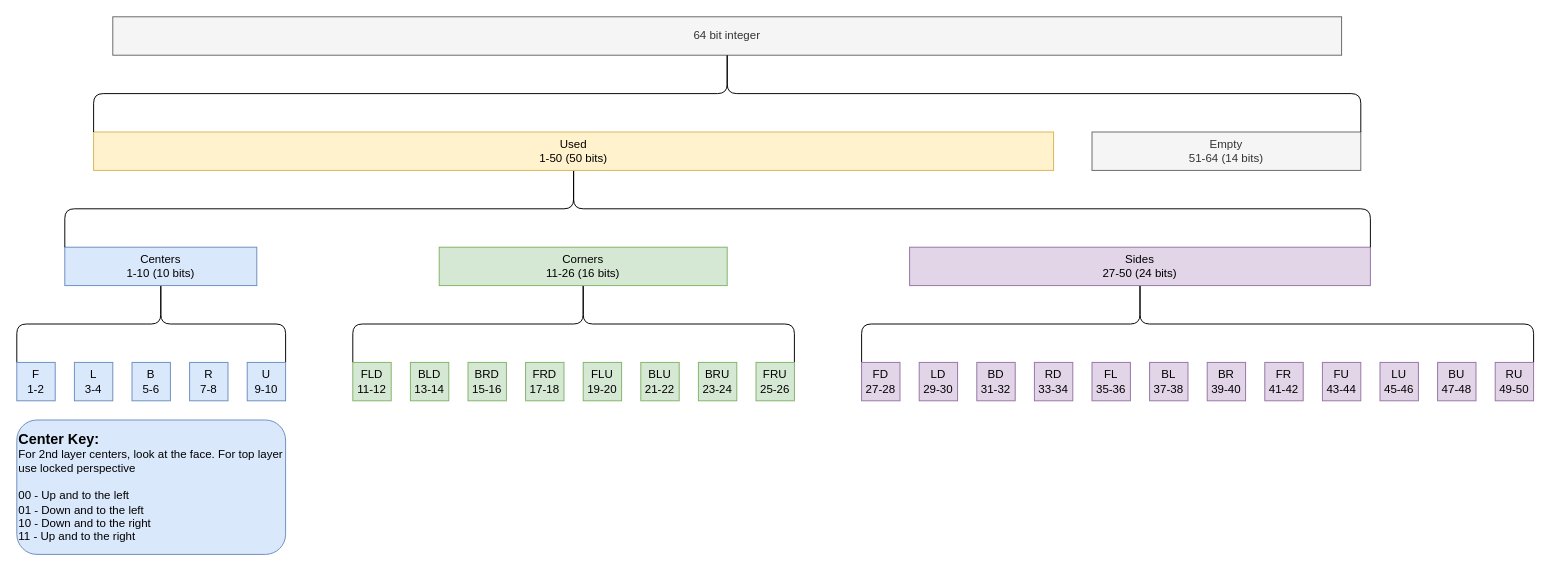
Above: Mirror Axis Cube Encoding.drawio in BE-Code/Mirror-Axis-Cube-Solver (draw.io), before the change. Source tidied: cells renumbered, new cells numbered last; positions are measured from the earlier drawing's top-left corner, leaving out a move shared by most shapes. Both pictures are drawn from the tidied source at 96%, with x=0, y=0 at pixel (16, 16).
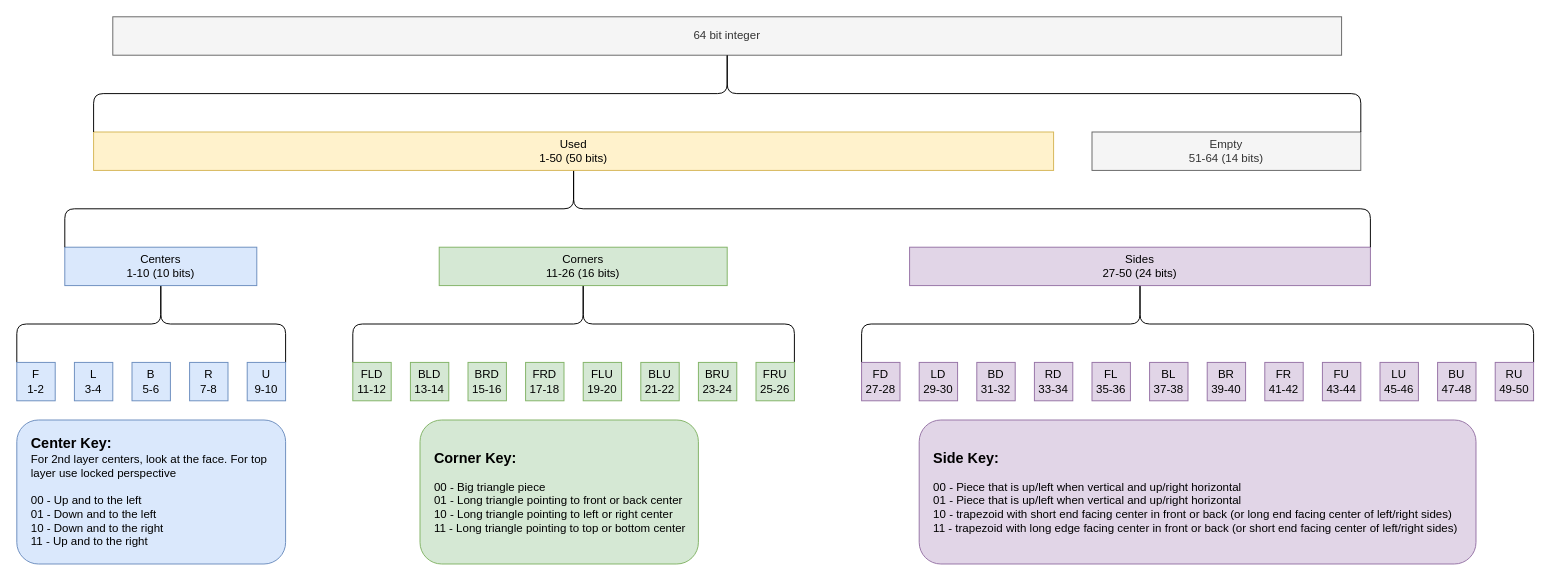
After the change.

Commit message:
finish diagram keys

Diff of the diagram source:
```diff
@@
-    <mxCell id="43" value="&lt;b&gt;&lt;font style=&quot;font-size: 15px;&quot;&gt;Center Key:&lt;/font&gt;&lt;/b&gt;&lt;div&gt;&lt;div&gt;For 2nd layer centers, look at the face. For top layer use locked perspective&lt;/div&gt;&lt;div&gt;&lt;span style=&quot;background-color: transparent; color: light-dark(rgb(0, 0, 0), rgb(255, 255, 255));&quot;&gt;&lt;br&gt;&lt;/span&gt;&lt;/div&gt;&lt;div&gt;&lt;span style=&quot;background-color: transparent; color: light-dark(rgb(0, 0, 0), rgb(255, 255, 255));&quot;&gt;00 - Up and to the left&lt;/span&gt;&lt;/div&gt;&lt;div&gt;&lt;span style=&quot;background-color: transparent; color: light-dark(rgb(0, 0, 0), rgb(255, 255, 255));&quot;&gt;01 - Down and to the left&lt;/span&gt;&lt;/div&gt;&lt;div&gt;&lt;span style=&quot;background-color: transparent; color: light-dark(rgb(0, 0, 0), rgb(255, 255, 255));&quot;&gt;10 - Down and to the right&lt;/span&gt;&lt;/div&gt;&lt;div&gt;&lt;span style=&quot;background-color: transparent; color: light-dark(rgb(0, 0, 0), rgb(255, 255, 255));&quot;&gt;11 - Up and to the right&lt;/span&gt;&lt;/div&gt;&lt;/div&gt;" style="rounded=1;whiteSpace=wrap;html=1;fillColor=#dae8fc;strokeColor=#6c8ebf;align=left;" parent="1" vertex="1">
-      <mxGeometry y="420" width="280" height="140" as="geometry" />
+    <mxCell id="43" value="&lt;b&gt;&lt;font style=&quot;font-size: 15px;&quot;&gt;Center Key:&lt;/font&gt;&lt;/b&gt;&lt;div&gt;&lt;div&gt;For 2nd layer centers, look at the face. For top layer use locked perspective&lt;/div&gt;&lt;div&gt;&lt;span style=&quot;background-color: transparent; color: light-dark(rgb(0, 0, 0), rgb(255, 255, 255));&quot;&gt;&lt;br&gt;&lt;/span&gt;&lt;/div&gt;&lt;div&gt;&lt;span style=&quot;background-color: transparent; color: light-dark(rgb(0, 0, 0), rgb(255, 255, 255));&quot;&gt;00 - Up and to the left&lt;/span&gt;&lt;/div&gt;&lt;div&gt;&lt;span style=&quot;background-color: transparent; color: light-dark(rgb(0, 0, 0), rgb(255, 255, 255));&quot;&gt;01 - Down and to the left&lt;/span&gt;&lt;/div&gt;&lt;div&gt;&lt;span style=&quot;background-color: transparent; color: light-dark(rgb(0, 0, 0), rgb(255, 255, 255));&quot;&gt;10 - Down and to the right&lt;/span&gt;&lt;/div&gt;&lt;div&gt;&lt;span style=&quot;background-color: transparent; color: light-dark(rgb(0, 0, 0), rgb(255, 255, 255));&quot;&gt;11 - Up and to the right&lt;/span&gt;&lt;/div&gt;&lt;/div&gt;" style="rounded=1;whiteSpace=wrap;html=1;fillColor=#dae8fc;strokeColor=#6c8ebf;align=left;spacingLeft=0;spacingRight=0;spacing=15;verticalAlign=middle;" parent="1" vertex="1">
+      <mxGeometry y="420" width="280" height="150" as="geometry" />
     </mxCell>
+    <mxCell id="44" value="&lt;b&gt;&lt;font style=&quot;font-size: 15px;&quot;&gt;Side Key:&lt;/font&gt;&lt;/b&gt;&lt;div&gt;&lt;div&gt;&lt;span style=&quot;background-color: transparent; color: light-dark(rgb(0, 0, 0), rgb(255, 255, 255));&quot;&gt;&lt;br&gt;&lt;/span&gt;&lt;/div&gt;&lt;div&gt;&lt;span style=&quot;background-color: transparent; color: light-dark(rgb(0, 0, 0), rgb(255, 255, 255));&quot;&gt;00 - Piece that is up/left when vertical and up/right horizontal&lt;/span&gt;&lt;/div&gt;&lt;div&gt;&lt;span style=&quot;background-color: transparent; color: light-dark(rgb(0, 0, 0), rgb(255, 255, 255));&quot;&gt;01 -&amp;nbsp;&lt;/span&gt;&lt;span style=&quot;background-color: transparent; color: light-dark(rgb(0, 0, 0), rgb(255, 255, 255));&quot;&gt;Piece that is up/left when vertical and up/right horizontal&lt;/span&gt;&lt;/div&gt;&lt;div&gt;&lt;span style=&quot;background-color: transparent; color: light-dark(rgb(0, 0, 0), rgb(255, 255, 255));&quot;&gt;10 - trapezoid with short end facing center in front or back (or long end facing center of left/right sides)&lt;/span&gt;&lt;/div&gt;&lt;div&gt;&lt;span style=&quot;background-color: transparent; color: light-dark(rgb(0, 0, 0), rgb(255, 255, 255));&quot;&gt;11 - trapezoid with long edge facing center in front or back&amp;nbsp;&lt;/span&gt;&lt;span style=&quot;background-color: transparent; color: light-dark(rgb(0, 0, 0), rgb(255, 255, 255));&quot;&gt;(or short end facing center of left/right sides)&lt;/span&gt;&lt;/div&gt;&lt;/div&gt;" style="rounded=1;whiteSpace=wrap;html=1;fillColor=#e1d5e7;strokeColor=#9673a6;align=left;spacingLeft=0;spacingRight=0;spacing=15;verticalAlign=middle;" parent="1" vertex="1">
+      <mxGeometry x="940" y="420" width="580" height="150" as="geometry" />
+    </mxCell>
+    <mxCell id="45" value="&lt;b&gt;&lt;font style=&quot;font-size: 15px;&quot;&gt;Corner Key:&lt;/font&gt;&lt;/b&gt;&lt;div&gt;&lt;div&gt;&lt;span style=&quot;background-color: transparent; color: light-dark(rgb(0, 0, 0), rgb(255, 255, 255));&quot;&gt;&lt;br&gt;&lt;/span&gt;&lt;/div&gt;&lt;div&gt;&lt;span style=&quot;background-color: transparent; color: light-dark(rgb(0, 0, 0), rgb(255, 255, 255));&quot;&gt;00 - Big triangle piece&lt;/span&gt;&lt;/div&gt;&lt;div&gt;&lt;span style=&quot;background-color: transparent; color: light-dark(rgb(0, 0, 0), rgb(255, 255, 255));&quot;&gt;01 - Long triangle pointing to front or back center&lt;/span&gt;&lt;/div&gt;&lt;div&gt;&lt;span style=&quot;background-color: transparent; color: light-dark(rgb(0, 0, 0), rgb(255, 255, 255));&quot;&gt;10 -&amp;nbsp;&lt;/span&gt;Long triangle pointing&lt;span style=&quot;background-color: transparent; color: light-dark(rgb(0, 0, 0), rgb(255, 255, 255));&quot;&gt;&amp;nbsp;to left or right center&lt;/span&gt;&lt;/div&gt;&lt;div&gt;&lt;span style=&quot;background-color: transparent; color: light-dark(rgb(0, 0, 0), rgb(255, 255, 255));&quot;&gt;11 -&amp;nbsp;&lt;/span&gt;Long triangle pointing&lt;span style=&quot;background-color: transparent; color: light-dark(rgb(0, 0, 0), rgb(255, 255, 255));&quot;&gt;&amp;nbsp;to top or bottom center&lt;/span&gt;&lt;/div&gt;&lt;/div&gt;" style="rounded=1;whiteSpace=wrap;html=1;fillColor=#d5e8d4;strokeColor=#82b366;align=left;spacingLeft=0;spacingRight=0;spacing=15;verticalAlign=middle;" parent="1" vertex="1">
+      <mxGeometry x="420" y="420" width="290" height="150" as="geometry" />
+    </mxCell>
```
